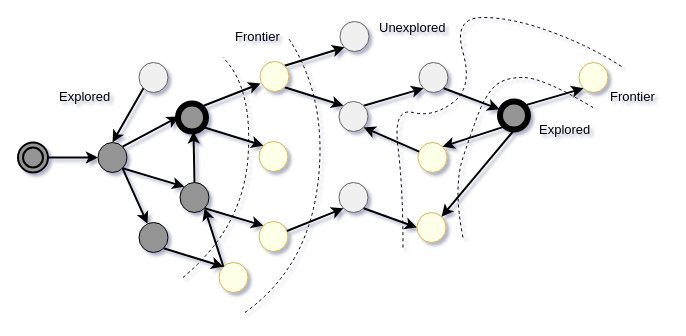
Above: page "Without Legend" (3 of 3) of doc/images/junction/Bfs.drawio in Wandalen/wGraphBasic (draw.io), before the change. Source tidied: cells renumbered, new cells numbered last; positions are measured from the earlier drawing's top-left corner, leaving out a move shared by most shapes. Both pictures are drawn from the tidied source at 100%, with x=0, y=0 at pixel (17, 17).
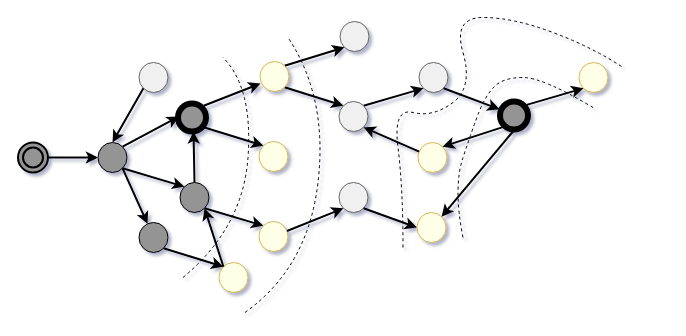
The same page after the edit.

Commit message (it also covers changes not shown here):
update home page image

The edit, as a diff of the source:
```diff
@@
-    <mxCell id="43" value="&lt;span style=&quot;font-size: 13px&quot;&gt;Frontier&lt;br style=&quot;font-size: 13px&quot;&gt;&lt;/span&gt;" style="text;html=1;align=left;verticalAlign=top;spacingTop=-4;fontSize=13;fontStyle=0;" parent="1" vertex="1">
-      <mxGeometry x="215.5" y="9" width="55" height="17" as="geometry" />
-    </mxCell>
@@
-    <mxCell id="46" value="&lt;span style=&quot;font-size: 13px&quot;&gt;Frontier&lt;br style=&quot;font-size: 13px&quot;&gt;&lt;/span&gt;" style="text;html=1;align=left;verticalAlign=top;spacingTop=-4;fontSize=13;fontStyle=0;" parent="1" vertex="1">
-      <mxGeometry x="590.5" y="69" width="55" height="17" as="geometry" />
-    </mxCell>
-    <mxCell id="47" value="&lt;span style=&quot;font-size: 13px&quot;&gt;Explored &lt;br style=&quot;font-size: 13px&quot;&gt;&lt;/span&gt;" style="text;html=1;align=left;verticalAlign=top;spacingTop=-4;fontSize=13;fontStyle=0;" parent="1" vertex="1">
-      <mxGeometry x="39.5" y="69" width="62" height="17" as="geometry" />
-    </mxCell>
-    <mxCell id="48" value="&lt;span style=&quot;font-size: 13px&quot;&gt;Unexplored &lt;br style=&quot;font-size: 13px&quot;&gt;&lt;/span&gt;" style="text;html=1;align=left;verticalAlign=top;spacingTop=-4;fontSize=13;fontStyle=0;" parent="1" vertex="1">
-      <mxGeometry x="359.5" width="76" height="17" as="geometry" />
-    </mxCell>
-    <mxCell id="49" value="&lt;span style=&quot;font-size: 13px&quot;&gt;Explored &lt;br style=&quot;font-size: 13px&quot;&gt;&lt;/span&gt;" style="text;html=1;align=left;verticalAlign=top;spacingTop=-4;fontSize=13;fontStyle=0;" parent="1" vertex="1">
-      <mxGeometry x="520" y="102" width="62" height="17" as="geometry" />
-    </mxCell>
```
